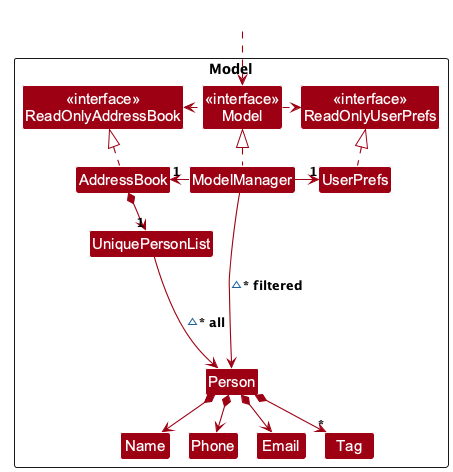
Earlier version of the PlantUML export docs/images/ModelClassDiagram.png (AY2627S1-CS2103T-W11-1/tp).
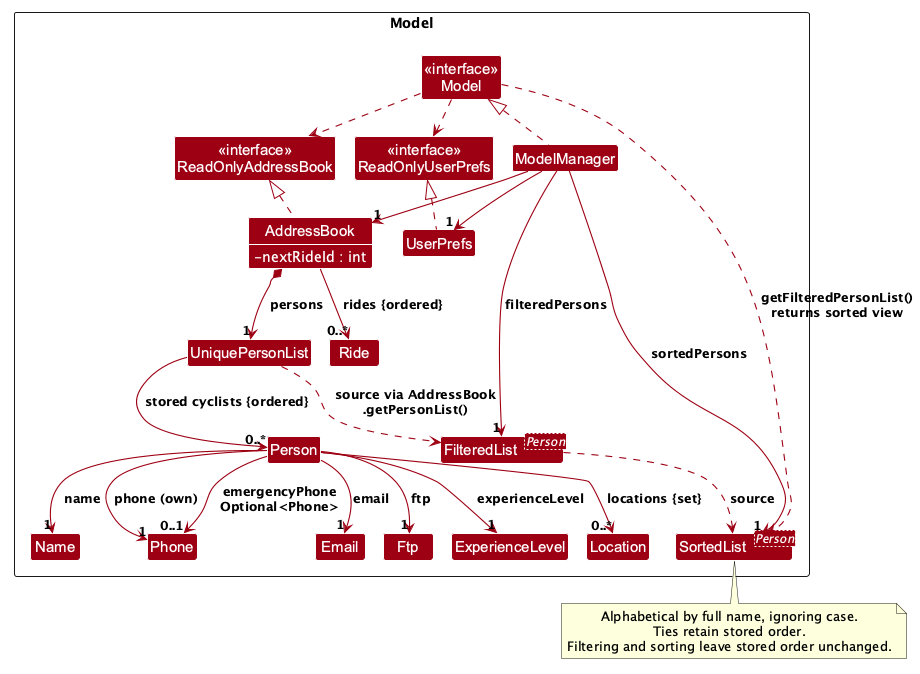
Later version of the same file.

Commit message:
Update Model and deletion diagrams for v1.5

The edit, as a diff of the source:
```diff
@@ -1,52 +1,63 @@
 @startuml
+!include style.puml
 !pragma layout smetana
-!include style.puml
 skinparam arrowThickness 1.1
 skinparam arrowColor MODEL_COLOR
 skinparam classBackgroundColor MODEL_COLOR
+skinparam classAttributeFontColor #FFFFFF
+skinparam classAttributeIconSize 0
 
-Package Model as ModelPackage <<Rectangle>>{
-Class "<<interface>>\nReadOnlyAddressBook" as ReadOnlyAddressBook
-Class "<<interface>>\nReadOnlyUserPrefs" as ReadOnlyUserPrefs
-Class "<<interface>>\nModel" as Model
-Class AddressBook
-Class ModelManager
-Class UserPrefs
-
-Class UniquePersonList
-Class Person
-Class Email
-Class Name
-Class Phone
-Class Tag
-
-Class I #FFFFFF
+package Model as ModelPackage <<Rectangle>> {
+class "<<interface>>\nModel" as Model
+class "<<interface>>\nReadOnlyAddressBook" as ReadOnlyAddressBook
+class "<<interface>>\nReadOnlyUserPrefs" as ReadOnlyUserPrefs
+class ModelManager
+class AddressBook {
+    - nextRideId : int
+}
+show AddressBook fields
+class UserPrefs
+class UniquePersonList
+class Person
+class Name
+class Phone
+class Email
+class Ftp
+class ExperienceLevel
+class Location
+class Ride
+class "FilteredList<Person>" as FilteredPersons
+class "SortedList<Person>" as SortedPersons
 }
 
-Class HiddenOutside #FFFFFF
-HiddenOutside ..> Model
+ModelManager .up.|> Model
+AddressBook .up.|> ReadOnlyAddressBook
+UserPrefs .up.|> ReadOnlyUserPrefs
+Model ..> ReadOnlyAddressBook
+Model ..> ReadOnlyUserPrefs
+ModelManager --> "1" AddressBook
+ModelManager --> "1" UserPrefs
+AddressBook *--> "1" UniquePersonList : persons
+AddressBook --> "0..*" Ride : rides {ordered}
+UniquePersonList --> "0..*" Person : stored cyclists {ordered}
 
-AddressBook .up.|> ReadOnlyAddressBook
+Person --> "1" Name : name
+Person --> "1" Phone : phone (own)
+Person --> "0..1" Phone : emergencyPhone\nOptional<Phone>
+Person --> "1" Email : email
+Person --> "1" Ftp : ftp
+Person --> "1" ExperienceLevel : experienceLevel
+Person --> "0..*" Location : locations {set}
 
-ModelManager .up.|> Model
-Model .right.> ReadOnlyUserPrefs
-Model .left.> ReadOnlyAddressBook
-ModelManager -left-> "1" AddressBook
-ModelManager -right-> "1" UserPrefs
-UserPrefs .up.|> ReadOnlyUserPrefs
+ModelManager --> "1" FilteredPersons : filteredPersons
+ModelManager --> "1" SortedPersons : sortedPersons
+UniquePersonList ..> FilteredPersons : source via AddressBook\n.getPersonList()
+FilteredPersons ..> SortedPersons : source
+Model ..> SortedPersons : getFilteredPersonList()\nreturns sorted view
 
-AddressBook *--> "1" UniquePersonList
-UniquePersonList --> Person : ~* all
-Person *--> Name
-Person *--> Phone
-Person *--> Email
-Person *--> "*" Tag
-
-Person -[hidden]up--> I
-UniquePersonList -[hidden]right-> I
-
-Name -[hidden]right-> Phone
-Phone -[hidden]right-> Email
-
-ModelManager --> Person : ~* filtered
+note bottom of SortedPersons
+  Alphabetical by full name, ignoring case.
+  Ties retain stored order.
+  Filtering and sorting leave stored order unchanged.
+end note
 @enduml
```
